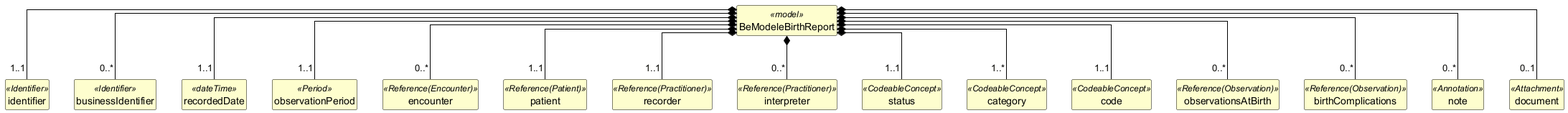
The PlantUML diagram exports/diagrams/BeModeleBirthReport-uml.png in caresets/caresets-src, before a commit.
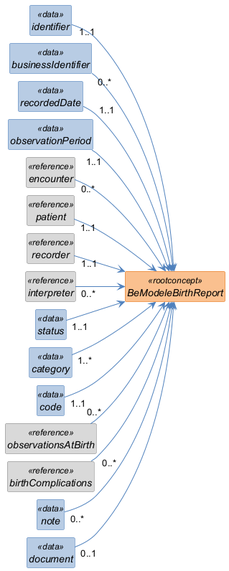
The same diagram one commit later.

The edit, as a diff of the source:
```diff
@@ -1,78 +1,85 @@
 @startuml
+left to right direction
 skinparam shadowing false
+skinparam nodesep 10
+skinparam ranksep 40
 skinparam classAttributeIconSize 0
-skinparam linetype ortho
 skinparam class {
-  BackgroundColor #FEFECE
-  BorderColor #000000
-  ArrowColor #000000
-  FontStyle bold
-  AttributeFontStyle normal
+  FontStyle italic
+  BackgroundColor<<rootconcept>> #FAC08F
+  BorderColor<<rootconcept>> #E36C0A
+  BackgroundColor<<data>> #B8CCE4
+  BorderColor<<data>> #4F81BD
+  BackgroundColor<<reference>> #D9D9D9
+  BorderColor<<reference>> #808080
+  BackgroundColor<<value set>> #C3D69B
+  BorderColor<<value set>> #77933C
+  ArrowColor #4F81BD
 }
 hide circle
 hide empty members
 
-class "BeModeleBirthReport" as BeModeleBirthReport <<model>> {
+class "BeModeleBirthReport" as BeModeleBirthReport <<rootconcept>> {
 }
 
-class "identifier" as BeModeleBirthReport_identifier <<Identifier>> {
+class "identifier" as BeModeleBirthReport_identifier <<data>> {
 }
 
-class "businessIdentifier" as BeModeleBirthReport_businessIdentifier <<Identifier>> {
+class "businessIdentifier" as BeModeleBirthReport_businessIdentifier <<data>> {
 }
 
-class "recordedDate" as BeModeleBirthReport_recordedDate <<dateTime>> {
+class "recordedDate" as BeModeleBirthReport_recordedDate <<data>> {
 }
 
-class "observationPeriod" as BeModeleBirthReport_observationPeriod <<Period>> {
+class "observationPeriod" as BeModeleBirthReport_observationPeriod <<data>> {
 }
 
-class "encounter" as BeModeleBirthReport_encounter <<Reference(Encounter)>> {
+class "encounter" as BeModeleBirthReport_encounter <<reference>> {
 }
 
-class "patient" as BeModeleBirthReport_patient <<Reference(Patient)>> {
+class "patient" as BeModeleBirthReport_patient <<reference>> {
 }
 
-class "recorder" as BeModeleBirthReport_recorder <<Reference(Practitioner)>> {
+class "recorder" as BeModeleBirthReport_recorder <<reference>> {
 }
 
-class "interpreter" as BeModeleBirthReport_interpreter <<Reference(Practitioner)>> {
+class "interpreter" as BeModeleBirthReport_interpreter <<reference>> {
 }
 
-class "status" as BeModeleBirthReport_status <<CodeableConcept>> {
+class "status" as BeModeleBirthReport_status <<data>> {
 }
 
-class "category" as BeModeleBirthReport_category <<CodeableConcept>> {
+class "category" as BeModeleBirthReport_category <<data>> {
 }
 
-class "code" as BeModeleBirthReport_code <<CodeableConcept>> {
+class "code" as BeModeleBirthReport_code <<data>> {
 }
 
-class "observationsAtBirth" as BeModeleBirthReport_observationsAtBirth <<Reference(Observation)>> {
+class "observationsAtBirth" as BeModeleBirthReport_observationsAtBirth <<reference>> {
 }
 
-class "birthComplications" as BeModeleBirthReport_birthComplications <<Reference(Observation)>> {
+class "birthComplications" as BeModeleBirthReport_birthComplications <<reference>> {
 }
 
-class "note" as BeModeleBirthReport_note <<Annotation>> {
+class "note" as BeModeleBirthReport_note <<data>> {
 }
 
-class "document" as BeModeleBirthReport_document <<Attachment>> {
+class "document" as BeModeleBirthReport_document <<data>> {
 }
 
-BeModeleBirthReport *-- "1..1" BeModeleBirthReport_identifier
-BeModeleBirthReport *-- "0..*" BeModeleBirthReport_businessIdentifier
-BeModeleBirthReport *-- "1..1" BeModeleBirthReport_recordedDate
-BeModeleBirthReport *-- "1..1" BeModeleBirthReport_observationPeriod
-BeModeleBirthReport *-- "0..*" BeModeleBirthReport_encounter
-BeModeleBirthReport *-- "1..1" BeModeleBirthReport_patient
-BeModeleBirthReport *-- "1..1" BeModeleBirthReport_recorder
-BeModeleBirthReport *-- "0..*" BeModeleBirthReport_interpreter
-BeModeleBirthReport *-- "1..1" BeModeleBirthReport_status
-BeModeleBirthReport *-- "1..*" BeModeleBirthReport_category
-BeModeleBirthReport *-- "1..1" BeModeleBirthReport_code
-BeModeleBirthReport *-- "0..*" BeModeleBirthReport_observationsAtBirth
-BeModeleBirthReport *-- "0..*" BeModeleBirthReport_birthComplications
-BeModeleBirthReport *-- "0..*" BeModeleBirthReport_note
-BeModeleBirthReport *-- "0..1" BeModeleBirthReport_document
+BeModeleBirthReport_identifier "1..1" --> BeModeleBirthReport
+BeModeleBirthReport_businessIdentifier "0..*" --> BeModeleBirthReport
+BeModeleBirthReport_recordedDate "1..1" --> BeModeleBirthReport
+BeModeleBirthReport_observationPeriod "1..1" --> BeModeleBirthReport
+BeModeleBirthReport_encounter "0..*" --> BeModeleBirthReport
+BeModeleBirthReport_patient "1..1" --> BeModeleBirthReport
+BeModeleBirthReport_recorder "1..1" --> BeModeleBirthReport
+BeModeleBirthReport_interpreter "0..*" --> BeModeleBirthReport
+BeModeleBirthReport_status "1..1" --> BeModeleBirthReport
+BeModeleBirthReport_category "1..*" --> BeModeleBirthReport
+BeModeleBirthReport_code "1..1" --> BeModeleBirthReport
+BeModeleBirthReport_observationsAtBirth "0..*" --> BeModeleBirthReport
+BeModeleBirthReport_birthComplications "0..*" --> BeModeleBirthReport
+BeModeleBirthReport_note "0..*" --> BeModeleBirthReport
+BeModeleBirthReport_document "0..1" --> BeModeleBirthReport
 @enduml
```
